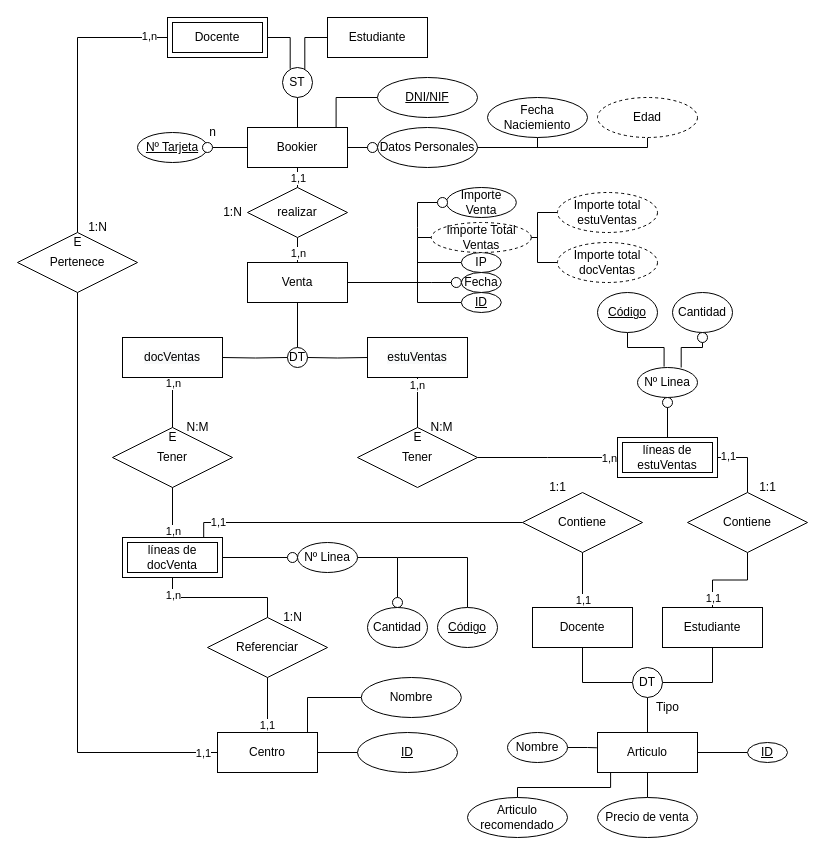
The draw.io diagram BBDD/Ejecricios/Evaluable.drawio in lpxrevolution/REP_MODULO1, before the edit. Source tidied: cells renumbered, new cells numbered last; positions are measured from the earlier drawing's top-left corner, leaving out a move shared by most shapes. Both pictures are drawn from the tidied source at 100%, with x=0, y=0 at pixel (17, 17).
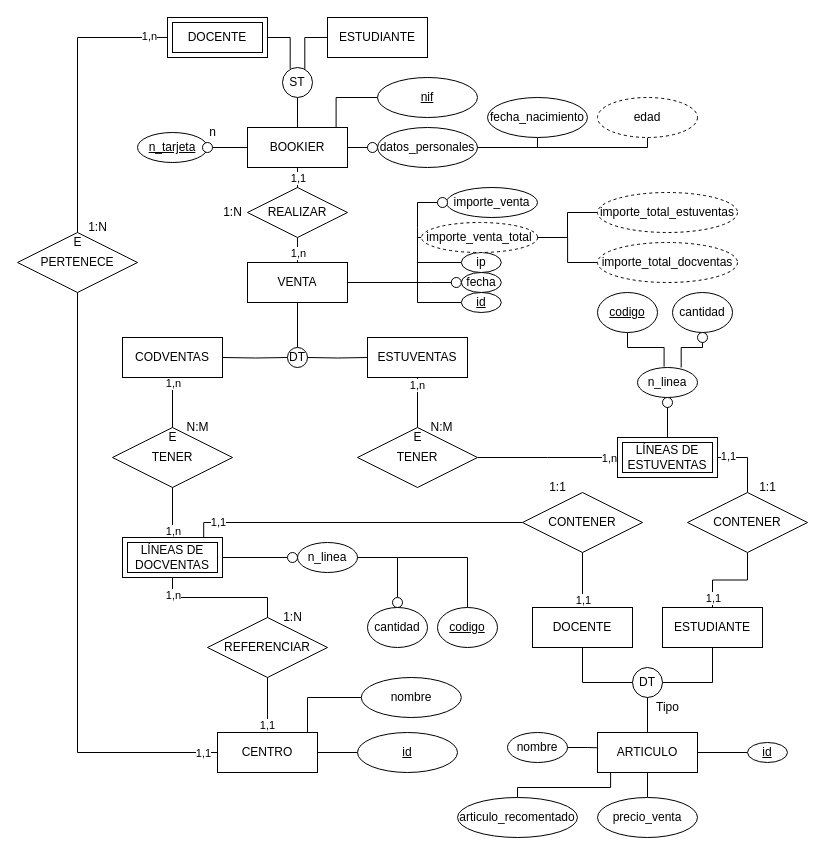
After the change.

Change to the diagram source:
```diff
@@
-    <mxCell id="3" value="Bookier" style="whiteSpace=wrap;html=1;align=center;" parent="1" vertex="1">
+    <mxCell id="3" value="BOOKIER" style="whiteSpace=wrap;html=1;align=center;" parent="1" vertex="1">
       <mxGeometry x="230" y="110" width="100" height="40" as="geometry" />
     </mxCell>
-    <mxCell id="4" value="Nº Tarjeta" style="ellipse;whiteSpace=wrap;html=1;align=center;fontStyle=4;" parent="1" vertex="1">
+    <mxCell id="4" value="n_tarjeta" style="ellipse;whiteSpace=wrap;html=1;align=center;fontStyle=4;" parent="1" vertex="1">
       <mxGeometry x="120" y="115" width="70" height="30" as="geometry" />
     </mxCell>
@@
-    <mxCell id="8" value="Estudiante" style="whiteSpace=wrap;html=1;align=center;" parent="1" vertex="1">
+    <mxCell id="8" value="ESTUDIANTE" style="whiteSpace=wrap;html=1;align=center;" parent="1" vertex="1">
       <mxGeometry x="310" width="100" height="40" as="geometry" />
     </mxCell>
@@
-    <mxCell id="16" value="realizar" style="shape=rhombus;perimeter=rhombusPerimeter;whiteSpace=wrap;html=1;align=center;" parent="1" vertex="1">
+    <mxCell id="16" value="REALIZAR" style="shape=rhombus;perimeter=rhombusPerimeter;whiteSpace=wrap;html=1;align=center;" parent="1" vertex="1">
       <mxGeometry x="230" y="170" width="100" height="50" as="geometry" />
     </mxCell>
-    <mxCell id="17" value="líneas de estuVentas" style="shape=ext;margin=3;double=1;whiteSpace=wrap;html=1;align=center;" parent="1" vertex="1">
+    <mxCell id="17" value="LÍNEAS DE ESTUVENTAS" style="shape=ext;margin=3;double=1;whiteSpace=wrap;html=1;align=center;" parent="1" vertex="1">
       <mxGeometry x="600" y="420" width="100" height="40" as="geometry" />
     </mxCell>
@@
-    <mxCell id="20" value="Tener" style="shape=rhombus;perimeter=rhombusPerimeter;whiteSpace=wrap;html=1;align=center;" parent="1" vertex="1">
+    <mxCell id="20" value="TENER" style="shape=rhombus;perimeter=rhombusPerimeter;whiteSpace=wrap;html=1;align=center;" parent="1" vertex="1">
       <mxGeometry x="95" y="410" width="120" height="60" as="geometry" />
     </mxCell>
@@
-    <mxCell id="25" value="Código" style="ellipse;whiteSpace=wrap;html=1;align=center;fontStyle=4;" parent="1" vertex="1">
+    <mxCell id="25" value="codigo" style="ellipse;whiteSpace=wrap;html=1;align=center;fontStyle=4;" parent="1" vertex="1">
       <mxGeometry x="580" y="275" width="60" height="40" as="geometry" />
     </mxCell>
@@
-    <mxCell id="28" value="líneas de docVenta" style="shape=ext;margin=3;double=1;whiteSpace=wrap;html=1;align=center;" parent="1" vertex="1">
+    <mxCell id="28" value="LÍNEAS DE DOCVENTAS" style="shape=ext;margin=3;double=1;whiteSpace=wrap;html=1;align=center;" parent="1" vertex="1">
       <mxGeometry x="105" y="520" width="100" height="40" as="geometry" />
     </mxCell>
@@
-    <mxCell id="31" value="Nº Linea" style="ellipse;whiteSpace=wrap;html=1;align=center;" parent="1" vertex="1">
+    <mxCell id="31" value="n_linea" style="ellipse;whiteSpace=wrap;html=1;align=center;" parent="1" vertex="1">
       <mxGeometry x="620" y="350" width="60" height="30" as="geometry" />
     </mxCell>
@@
-    <mxCell id="34" value="Cantidad" style="ellipse;whiteSpace=wrap;html=1;align=center;" parent="1" vertex="1">
+    <mxCell id="34" value="cantidad" style="ellipse;whiteSpace=wrap;html=1;align=center;" parent="1" vertex="1">
       <mxGeometry x="655" y="275" width="60" height="40" as="geometry" />
     </mxCell>
@@
-    <mxCell id="37" value="Código" style="ellipse;whiteSpace=wrap;html=1;align=center;fontStyle=4;" parent="1" vertex="1">
+    <mxCell id="37" value="codigo" style="ellipse;whiteSpace=wrap;html=1;align=center;fontStyle=4;" parent="1" vertex="1">
       <mxGeometry x="420" y="590" width="60" height="40" as="geometry" />
     </mxCell>
@@
-    <mxCell id="39" value="Nº Linea" style="ellipse;whiteSpace=wrap;html=1;align=center;" parent="1" vertex="1">
+    <mxCell id="39" value="n_linea" style="ellipse;whiteSpace=wrap;html=1;align=center;" parent="1" vertex="1">
       <mxGeometry x="280" y="525" width="60" height="30" as="geometry" />
     </mxCell>
@@
-    <mxCell id="41" value="Cantidad" style="ellipse;whiteSpace=wrap;html=1;align=center;" parent="1" vertex="1">
+    <mxCell id="41" value="cantidad" style="ellipse;whiteSpace=wrap;html=1;align=center;" parent="1" vertex="1">
       <mxGeometry x="350" y="590" width="60" height="40" as="geometry" />
     </mxCell>
@@
-    <mxCell id="45" value="Referenciar" style="shape=rhombus;perimeter=rhombusPerimeter;whiteSpace=wrap;html=1;align=center;" parent="1" vertex="1">
+    <mxCell id="45" value="REFERENCIAR" style="shape=rhombus;perimeter=rhombusPerimeter;whiteSpace=wrap;html=1;align=center;" parent="1" vertex="1">
       <mxGeometry x="190" y="600" width="120" height="60" as="geometry" />
     </mxCell>
@@
-    <mxCell id="48" value="Centro" style="whiteSpace=wrap;html=1;align=center;" parent="1" vertex="1">
+    <mxCell id="48" value="CENTRO" style="whiteSpace=wrap;html=1;align=center;" parent="1" vertex="1">
       <mxGeometry x="200" y="715" width="100" height="40" as="geometry" />
     </mxCell>
@@
-    <mxCell id="50" value="Nombre" style="ellipse;whiteSpace=wrap;html=1;align=center;" parent="1" vertex="1">
+    <mxCell id="50" value="nombre" style="ellipse;whiteSpace=wrap;html=1;align=center;" parent="1" vertex="1">
       <mxGeometry x="343.8" y="660" width="100" height="40" as="geometry" />
     </mxCell>
@@
-    <mxCell id="52" value="ID" style="ellipse;whiteSpace=wrap;html=1;align=center;fontStyle=4;" parent="1" vertex="1">
+    <mxCell id="52" value="id" style="ellipse;whiteSpace=wrap;html=1;align=center;fontStyle=4;" parent="1" vertex="1">
       <mxGeometry x="340" y="715" width="100" height="40" as="geometry" />
     </mxCell>
@@
-    <mxCell id="54" value="DNI/NIF" style="ellipse;whiteSpace=wrap;html=1;align=center;fontStyle=4;" parent="1" vertex="1">
+    <mxCell id="54" value="nif" style="ellipse;whiteSpace=wrap;html=1;align=center;fontStyle=4;" parent="1" vertex="1">
       <mxGeometry x="360" y="60" width="100" height="40" as="geometry" />
     </mxCell>
@@
-    <mxCell id="56" value="Datos Personales" style="ellipse;whiteSpace=wrap;html=1;align=center;" parent="1" vertex="1">
+    <mxCell id="56" value="datos_personales" style="ellipse;whiteSpace=wrap;html=1;align=center;" parent="1" vertex="1">
       <mxGeometry x="360" y="110" width="100" height="40" as="geometry" />
     </mxCell>
@@
-    <mxCell id="58" value="Fecha Naciemiento" style="ellipse;whiteSpace=wrap;html=1;align=center;" parent="1" vertex="1">
+    <mxCell id="58" value="fecha_nacimiento" style="ellipse;whiteSpace=wrap;html=1;align=center;" parent="1" vertex="1">
       <mxGeometry x="470" y="80" width="100" height="40" as="geometry" />
     </mxCell>
@@
-    <mxCell id="60" value="Edad" style="ellipse;whiteSpace=wrap;html=1;align=center;dashed=1;" parent="1" vertex="1">
+    <mxCell id="60" value="edad" style="ellipse;whiteSpace=wrap;html=1;align=center;dashed=1;" parent="1" vertex="1">
       <mxGeometry x="580" y="80" width="100" height="40" as="geometry" />
     </mxCell>
@@
-    <mxCell id="62" value="ID" style="ellipse;whiteSpace=wrap;html=1;align=center;fontStyle=4;" parent="1" vertex="1">
+    <mxCell id="62" value="id" style="ellipse;whiteSpace=wrap;html=1;align=center;fontStyle=4;" parent="1" vertex="1">
       <mxGeometry x="443.8" y="275" width="40" height="20" as="geometry" />
     </mxCell>
@@
-    <mxCell id="64" value="IP" style="ellipse;whiteSpace=wrap;html=1;align=center;" parent="1" vertex="1">
+    <mxCell id="64" value="ip" style="ellipse;whiteSpace=wrap;html=1;align=center;" parent="1" vertex="1">
       <mxGeometry x="443.8" y="235" width="40" height="20" as="geometry" />
     </mxCell>
@@
-    <mxCell id="66" value="Fecha" style="ellipse;whiteSpace=wrap;html=1;align=center;" parent="1" vertex="1">
+    <mxCell id="66" value="fecha" style="ellipse;whiteSpace=wrap;html=1;align=center;" parent="1" vertex="1">
       <mxGeometry x="443.8" y="255" width="40" height="20" as="geometry" />
     </mxCell>
@@
-    <mxCell id="68" value="Importe Total Ventas" style="ellipse;whiteSpace=wrap;html=1;align=center;dashed=1;" parent="1" vertex="1">
-      <mxGeometry x="413.8" y="205" width="100" height="30" as="geometry" />
+    <mxCell id="68" value="importe_venta_total" style="ellipse;whiteSpace=wrap;html=1;align=center;dashed=1;" parent="1" vertex="1">
+      <mxGeometry x="404" y="205" width="116.2" height="30" as="geometry" />
     </mxCell>
@@
-    <mxCell id="70" value="Venta" style="whiteSpace=wrap;html=1;align=center;" parent="1" vertex="1">
+    <mxCell id="70" value="VENTA" style="whiteSpace=wrap;html=1;align=center;" parent="1" vertex="1">
       <mxGeometry x="230" y="245" width="100" height="40" as="geometry" />
     </mxCell>
@@
-    <mxCell id="72" value="Tener" style="shape=rhombus;perimeter=rhombusPerimeter;whiteSpace=wrap;html=1;align=center;" parent="1" vertex="1">
+    <mxCell id="72" value="TENER" style="shape=rhombus;perimeter=rhombusPerimeter;whiteSpace=wrap;html=1;align=center;" parent="1" vertex="1">
       <mxGeometry x="340" y="410" width="120" height="60" as="geometry" />
     </mxCell>
@@
-    <mxCell id="78" value="Importe total docVentas" style="ellipse;whiteSpace=wrap;html=1;align=center;dashed=1;" parent="1" vertex="1">
-      <mxGeometry x="540" y="225" width="100" height="40" as="geometry" />
+    <mxCell id="78" value="importe_total_docventas" style="ellipse;whiteSpace=wrap;html=1;align=center;dashed=1;" parent="1" vertex="1">
+      <mxGeometry x="580" y="225" width="140" height="40" as="geometry" />
     </mxCell>
     <mxCell id="79" style="edgeStyle=orthogonalEdgeStyle;rounded=0;jettySize=auto;html=1;endArrow=none;endFill=0;" parent="1" edge="1" source="80">
       <mxGeometry relative="1" as="geometry">
         <mxPoint x="520" y="220" as="targetPoint" />
+        <Array as="points">
+          <mxPoint x="550" y="195" />
+          <mxPoint x="550" y="220" />
+        </Array>
       </mxGeometry>
     </mxCell>
-    <mxCell id="80" value="Importe total estuVentas" style="ellipse;whiteSpace=wrap;html=1;align=center;dashed=1;" parent="1" vertex="1">
-      <mxGeometry x="540" y="175" width="100" height="40" as="geometry" />
+    <mxCell id="80" value="importe_total_estuventas" style="ellipse;whiteSpace=wrap;html=1;align=center;dashed=1;" parent="1" vertex="1">
+      <mxGeometry x="580" y="175" width="140" height="40" as="geometry" />
     </mxCell>
-    <mxCell id="81" value="Docente" style="shape=ext;margin=3;double=1;whiteSpace=wrap;html=1;align=center;" parent="1" vertex="1">
+    <mxCell id="81" value="DOCENTE" style="shape=ext;margin=3;double=1;whiteSpace=wrap;html=1;align=center;" parent="1" vertex="1">
       <mxGeometry x="150" width="100" height="40" as="geometry" />
     </mxCell>
@@
-    <mxCell id="86" value="Pertenece" style="shape=rhombus;perimeter=rhombusPerimeter;whiteSpace=wrap;html=1;align=center;" parent="1" vertex="1">
+    <mxCell id="86" value="PERTENECE" style="shape=rhombus;perimeter=rhombusPerimeter;whiteSpace=wrap;html=1;align=center;" parent="1" vertex="1">
       <mxGeometry y="215" width="120" height="60" as="geometry" />
     </mxCell>
@@
-    <mxCell id="91" value="Importe Venta" style="ellipse;whiteSpace=wrap;html=1;align=center;" parent="1" vertex="1">
-      <mxGeometry x="428.8" y="170" width="70" height="30" as="geometry" />
+    <mxCell id="91" value="importe_venta" style="ellipse;whiteSpace=wrap;html=1;align=center;" parent="1" vertex="1">
+      <mxGeometry x="428.8" y="170" width="91.2" height="30" as="geometry" />
     </mxCell>
@@
-    <mxCell id="97" value="Articulo" style="whiteSpace=wrap;html=1;align=center;" parent="1" vertex="1">
+    <mxCell id="97" value="ARTICULO" style="whiteSpace=wrap;html=1;align=center;" parent="1" vertex="1">
       <mxGeometry x="580" y="715" width="100" height="40" as="geometry" />
     </mxCell>
@@
-    <mxCell id="104" value="Docente" style="whiteSpace=wrap;html=1;align=center;" parent="1" vertex="1">
+    <mxCell id="104" value="DOCENTE" style="whiteSpace=wrap;html=1;align=center;" parent="1" vertex="1">
       <mxGeometry x="515" y="590" width="100" height="40" as="geometry" />
     </mxCell>
-    <mxCell id="105" value="Estudiante" style="whiteSpace=wrap;html=1;align=center;" parent="1" vertex="1">
+    <mxCell id="105" value="ESTUDIANTE" style="whiteSpace=wrap;html=1;align=center;" parent="1" vertex="1">
       <mxGeometry x="645" y="590" width="100" height="40" as="geometry" />
     </mxCell>
@@
-    <mxCell id="109" value="Contiene" style="shape=rhombus;perimeter=rhombusPerimeter;whiteSpace=wrap;html=1;align=center;" parent="1" vertex="1">
+    <mxCell id="109" value="CONTENER" style="shape=rhombus;perimeter=rhombusPerimeter;whiteSpace=wrap;html=1;align=center;" parent="1" vertex="1">
       <mxGeometry x="505" y="475" width="120" height="60" as="geometry" />
     </mxCell>
@@
-    <mxCell id="114" value="Contiene" style="shape=rhombus;perimeter=rhombusPerimeter;whiteSpace=wrap;html=1;align=center;" parent="1" vertex="1">
+    <mxCell id="114" value="CONTENER" style="shape=rhombus;perimeter=rhombusPerimeter;whiteSpace=wrap;html=1;align=center;" parent="1" vertex="1">
       <mxGeometry x="670" y="475" width="120" height="60" as="geometry" />
     </mxCell>
@@
-    <mxCell id="121" value="Nombre" style="ellipse;whiteSpace=wrap;html=1;" parent="1" vertex="1">
+    <mxCell id="121" value="nombre" style="ellipse;whiteSpace=wrap;html=1;" parent="1" vertex="1">
       <mxGeometry x="490" y="715" width="60" height="30" as="geometry" />
     </mxCell>
@@
-    <mxCell id="123" value="ID" style="ellipse;whiteSpace=wrap;html=1;align=center;fontStyle=4;" parent="1" vertex="1">
+    <mxCell id="123" value="id" style="ellipse;whiteSpace=wrap;html=1;align=center;fontStyle=4;" parent="1" vertex="1">
       <mxGeometry x="730" y="725" width="40" height="20" as="geometry" />
     </mxCell>
@@
-    <mxCell id="125" value="Precio de venta" style="ellipse;whiteSpace=wrap;html=1;align=center;" parent="1" vertex="1">
+    <mxCell id="125" value="precio_venta" style="ellipse;whiteSpace=wrap;html=1;align=center;" parent="1" vertex="1">
       <mxGeometry x="580" y="780" width="100" height="40" as="geometry" />
     </mxCell>
@@
-    <mxCell id="127" value="Articulo recomendado" style="ellipse;whiteSpace=wrap;html=1;align=center;" parent="1" vertex="1">
-      <mxGeometry x="450" y="780" width="100" height="40" as="geometry" />
+    <mxCell id="127" value="articulo_recomentado" style="ellipse;whiteSpace=wrap;html=1;align=center;" parent="1" vertex="1">
+      <mxGeometry x="440" y="780" width="120" height="40" as="geometry" />
     </mxCell>
-    <mxCell id="128" value="&#10;&#10;&lt;span style=&quot;color: rgb(0, 0, 0); font-family: helvetica; font-size: 12px; font-style: normal; font-weight: 400; letter-spacing: normal; text-align: center; text-indent: 0px; text-transform: none; word-spacing: 0px; background-color: rgb(248, 249, 250); display: inline; float: none;&quot;&gt;docVentas&lt;/span&gt;&#10;&#10;" style="whiteSpace=wrap;html=1;align=center;" parent="1" vertex="1">
+    <mxCell id="128" value="CODVENTAS" style="whiteSpace=wrap;html=1;align=center;" parent="1" vertex="1">
       <mxGeometry x="105" y="320" width="100" height="40" as="geometry" />
     </mxCell>
-    <mxCell id="129" value="&#10;&#10;&lt;span style=&quot;color: rgb(0, 0, 0); font-family: helvetica; font-size: 12px; font-style: normal; font-weight: 400; letter-spacing: normal; text-align: center; text-indent: 0px; text-transform: none; word-spacing: 0px; background-color: rgb(248, 249, 250); display: inline; float: none;&quot;&gt;estuVentas&lt;/span&gt;&#10;&#10;" style="whiteSpace=wrap;html=1;align=center;" parent="1" vertex="1">
+    <mxCell id="129" value="ESTUVENTAS" style="whiteSpace=wrap;html=1;align=center;" parent="1" vertex="1">
       <mxGeometry x="350" y="320" width="100" height="40" as="geometry" />
     </mxCell>
```
